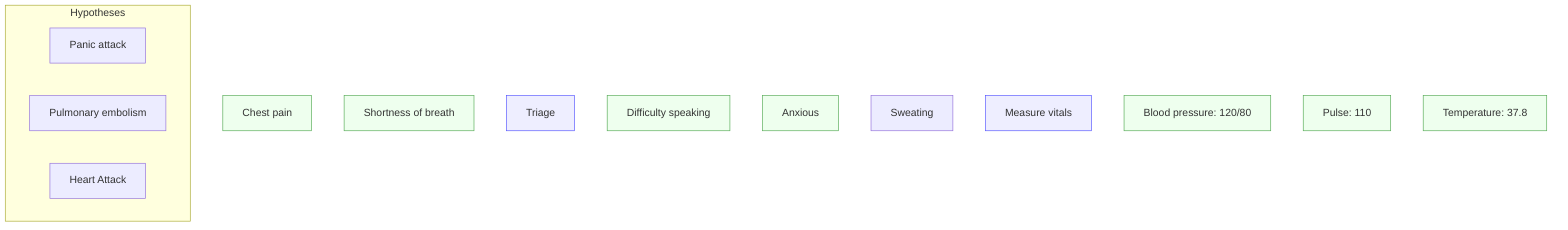
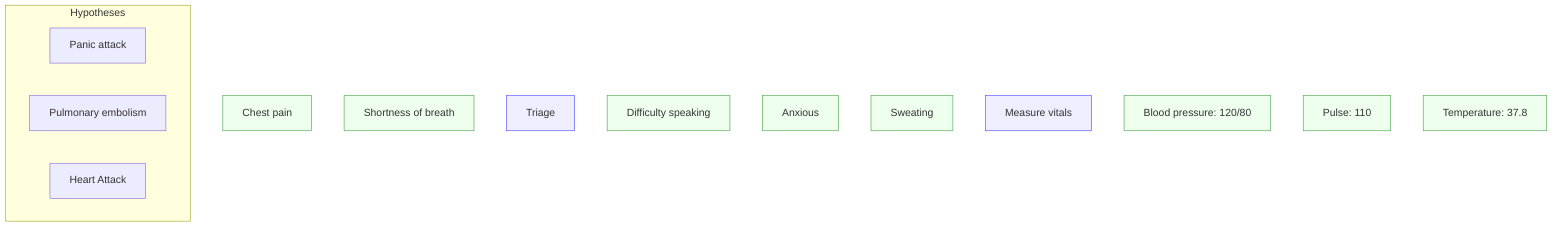
flowchart TD
  O1["Chest pain"]
  O2["Shortness of breath"]
  A1["Triage"]
  O6["Difficulty speaking"]
  O7["Anxious"]
  O8["Sweating"]
  A2["Measure vitals"]
  O3["Blood pressure: 120/80"]
  O4["Pulse: 110"]
  O5["Temperature: 37.8"]

  classDef obs fill:#efe,stroke:#5a5;
  classDef action fill:#eef,stroke:#55f;

  class O1 obs
  class O2 obs
  class O3 obs
  class O4 obs
  class O5 obs
  class O6 obs
  class O7 obs
+   class O8 obs
  class A1 action
  class A2 action

subgraph Hypotheses
  H1["Panic attack"]
  H2["Pulmonary embolism"]
  H3["Heart Attack"]
end

